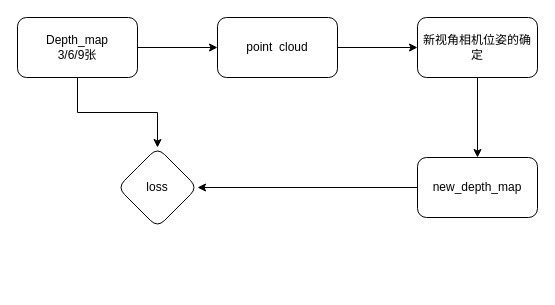
Before: model_net.drawio in zzcPeace/draw.io, a draw.io diagram. Source tidied: cells renumbered, new cells numbered last; positions are measured from the earlier drawing's top-left corner, leaving out a move shared by most shapes. Both pictures are drawn from the tidied source at 100%, with x=0, y=0 at pixel (17, 17).
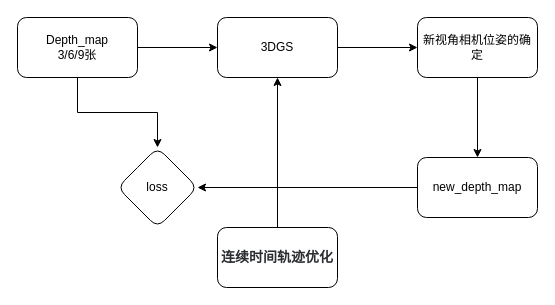
The same page after the edit.

Change to the diagram source:
```diff
@@
 <mxGraphModel>
   <root>
     <mxCell id="0" />
     <mxCell id="1" parent="0" />
     <mxCell id="2" style="edgeStyle=orthogonalEdgeStyle;rounded=0;jettySize=auto;html=1;" parent="1" edge="1" source="4" target="6">
       <mxGeometry relative="1" as="geometry" />
     </mxCell>
     <mxCell id="3" style="edgeStyle=orthogonalEdgeStyle;rounded=0;jettySize=auto;html=1;exitX=0.5;exitY=1;exitDx=0;exitDy=0;entryX=0.5;entryY=0;entryDx=0;entryDy=0;" parent="1" edge="1" source="4" target="11">
       <mxGeometry relative="1" as="geometry" />
     </mxCell>
     <mxCell id="4" value="Depth_map&lt;br&gt;3/6/9张" style="rounded=1;whiteSpace=wrap;html=1;" parent="1" vertex="1">
       <mxGeometry width="120" height="60" as="geometry" />
     </mxCell>
     <mxCell id="5" style="edgeStyle=orthogonalEdgeStyle;rounded=0;jettySize=auto;html=1;" parent="1" edge="1" source="6" target="8">
       <mxGeometry relative="1" as="geometry" />
     </mxCell>
-    <mxCell id="6" value="point&amp;nbsp; cloud" style="whiteSpace=wrap;html=1;rounded=1;" parent="1" vertex="1">
+    <mxCell id="6" value="3DGS" style="whiteSpace=wrap;html=1;rounded=1;" parent="1" vertex="1">
       <mxGeometry x="200" width="120" height="60" as="geometry" />
     </mxCell>
     <mxCell id="7" style="edgeStyle=orthogonalEdgeStyle;rounded=0;jettySize=auto;html=1;" parent="1" edge="1" source="8" target="10">
       <mxGeometry relative="1" as="geometry" />
     </mxCell>
     <mxCell id="8" value="新视角相机位姿的确定" style="whiteSpace=wrap;html=1;rounded=1;" parent="1" vertex="1">
       <mxGeometry x="400" width="120" height="60" as="geometry" />
     </mxCell>
     <mxCell id="9" style="edgeStyle=orthogonalEdgeStyle;rounded=0;jettySize=auto;html=1;" parent="1" edge="1" source="10" target="11">
       <mxGeometry relative="1" as="geometry" />
     </mxCell>
     <mxCell id="10" value="new_depth_map" style="whiteSpace=wrap;html=1;rounded=1;" parent="1" vertex="1">
       <mxGeometry x="400" y="140" width="120" height="60" as="geometry" />
     </mxCell>
     <mxCell id="11" value="loss" style="rhombus;whiteSpace=wrap;html=1;rounded=1;" parent="1" vertex="1">
       <mxGeometry x="100" y="130" width="80" height="80" as="geometry" />
     </mxCell>
+    <mxCell id="12" style="edgeStyle=orthogonalEdgeStyle;rounded=0;jettySize=auto;html=1;exitX=0.5;exitY=0;exitDx=0;exitDy=0;entryX=0.5;entryY=1;entryDx=0;entryDy=0;" parent="1" edge="1" source="13" target="6">
+      <mxGeometry relative="1" as="geometry" />
+    </mxCell>
+    <mxCell id="13" value="&lt;strong class=&quot;ng-star-inserted&quot; style=&quot;box-sizing: border-box; color: rgb(43, 45, 49); font-family: Inter, sans-serif; font-size: 14px; text-align: start; background-color: rgb(255, 255, 255);&quot;&gt;&lt;span class=&quot;ng-star-inserted&quot; style=&quot;box-sizing: border-box;&quot;&gt;连续时间轨迹优化&lt;/span&gt;&lt;/strong&gt;" style="rounded=1;whiteSpace=wrap;html=1;" parent="1" vertex="1">
+      <mxGeometry x="200" y="210" width="120" height="60" as="geometry" />
+    </mxCell>
   </root>
 </mxGraphModel>
```
